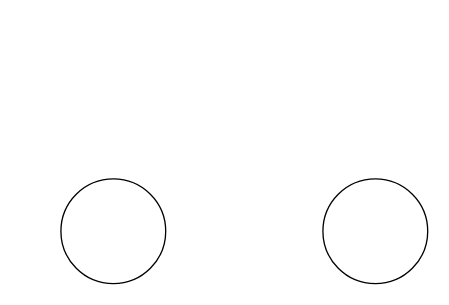
Earlier version of the draw.io diagram Unbenanntes Diagramm.drawio (Vogtman/Info10). Source tidied: cells renumbered, new cells numbered last; positions are measured from the earlier drawing's top-left corner, leaving out a move shared by most shapes. Both pictures are drawn from the tidied source at 131%, with x=0, y=0 at pixel (60, 178).
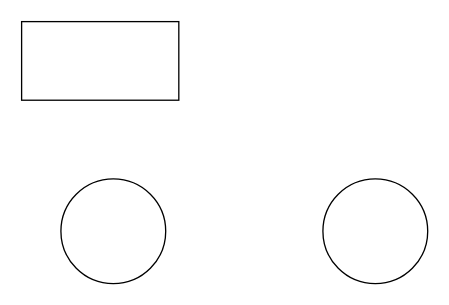
The same page after the edit.

Change to the diagram source:
```diff
@@
 <mxGraphModel>
   <root>
     <mxCell id="0" />
     <mxCell id="1" parent="0" />
     <mxCell id="2" style="ellipse;whiteSpace=wrap;html=1;" parent="1" vertex="1">
       <mxGeometry width="80" height="80" as="geometry" />
     </mxCell>
     <mxCell id="3" style="ellipse;whiteSpace=wrap;html=1;" parent="1" vertex="1">
       <mxGeometry x="200" width="80" height="80" as="geometry" />
     </mxCell>
+    <mxCell id="4" style="rounded=0;whiteSpace=wrap;html=1;" parent="1" vertex="1">
+      <mxGeometry x="-30" y="-120" width="120" height="60" as="geometry" />
+    </mxCell>
   </root>
 </mxGraphModel>
```
